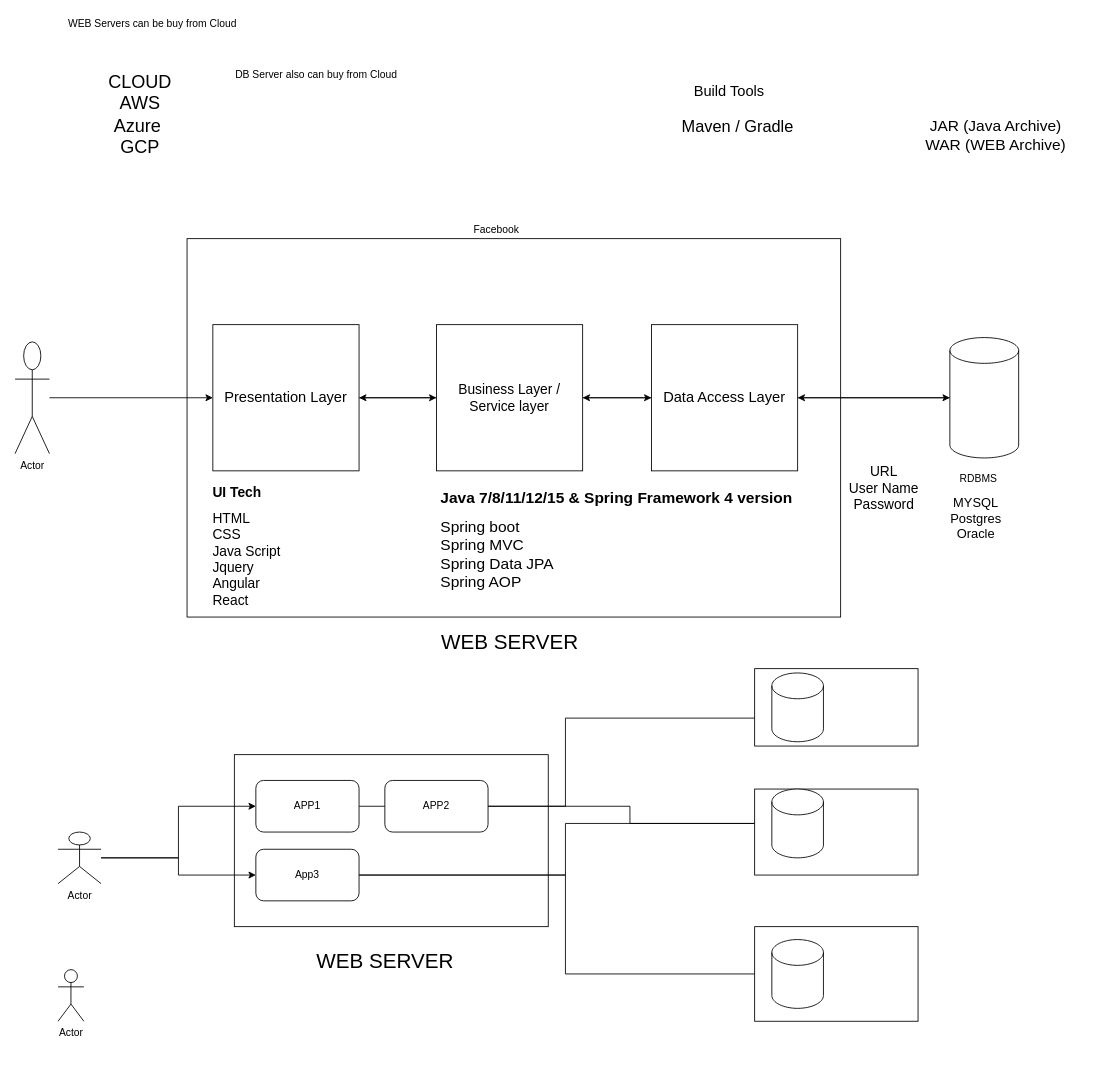
Before: page "3 Tier Architecture" (4 of 8) of daily-dig.drawio in Ravikanth32/java-daily-code-examples, a draw.io diagram. Source tidied: cells renumbered, new cells numbered last; positions are measured from the earlier drawing's top-left corner, leaving out a move shared by most shapes. Both pictures are drawn from the tidied source at 86%, with x=0, y=0 at pixel (15, 15).
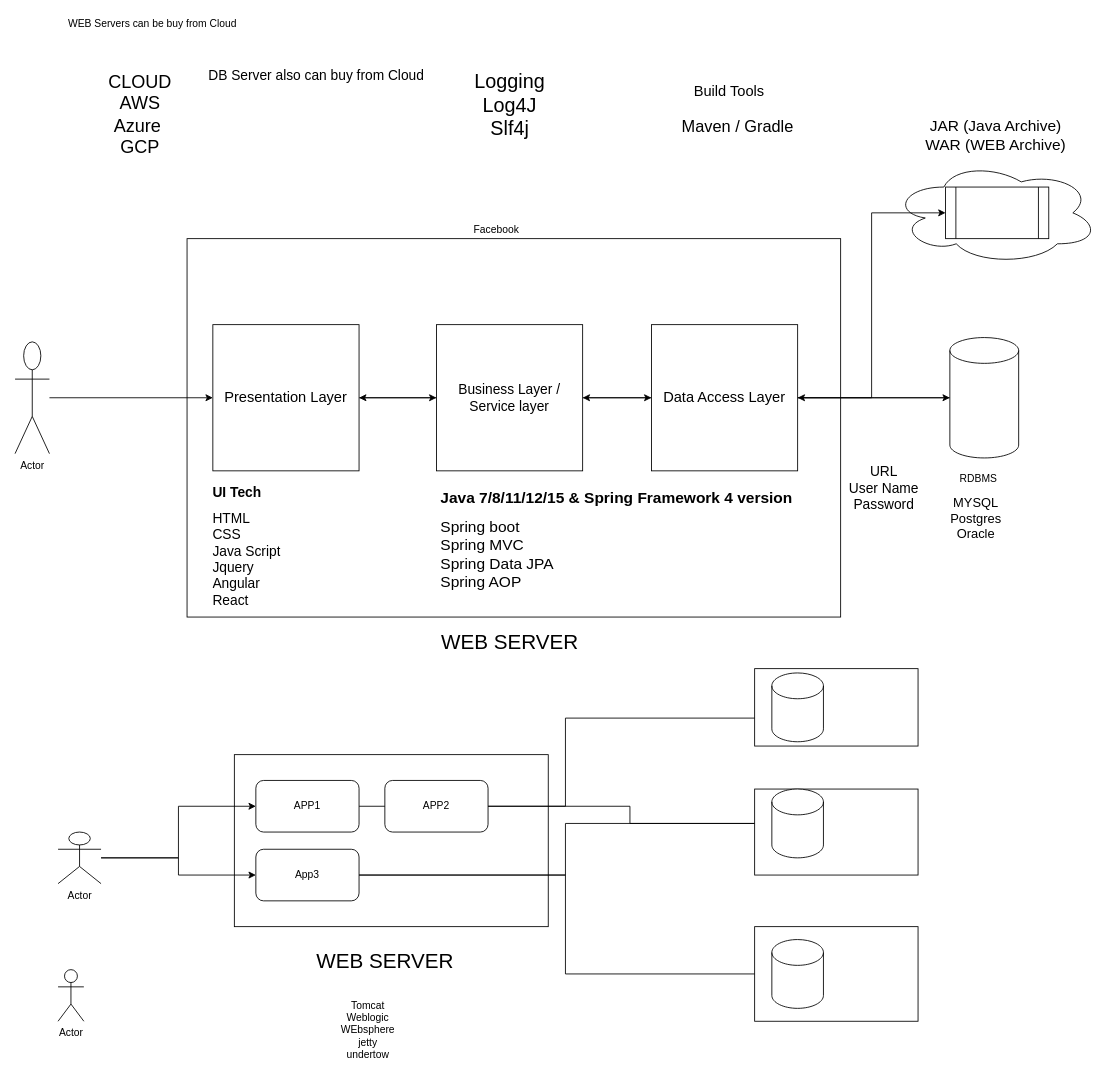
Above is the later version.

The change refers to these unchanged cells:
```xml
<mxCell id="11" value="&lt;font style=&quot;font-size: 17px&quot;&gt;Data Access Layer&lt;/font&gt;" style="whiteSpace=wrap;html=1;" parent="1" vertex="1">
  <mxGeometry x="740" y="360" width="170" height="170" as="geometry" />
</mxCell>
```

What changed in the source:
```diff
@@
+    <mxCell id="47" style="ellipse;shape=cloud;whiteSpace=wrap;html=1;" parent="1" vertex="1">
+      <mxGeometry x="1020" y="170" width="240" height="120" as="geometry" />
+    </mxCell>
@@
+    <mxCell id="48" style="edgeStyle=orthogonalEdgeStyle;rounded=0;jettySize=auto;html=1;entryX=0;entryY=0.5;entryDx=0;entryDy=0;" parent="1" edge="1" source="11" target="50">
+      <mxGeometry relative="1" as="geometry" />
+    </mxCell>
@@
-    <mxCell id="45" value="DB Server also can buy from Cloud" style="text;html=1;align=center;verticalAlign=middle;strokeColor=none;" parent="1" vertex="1">
-      <mxGeometry x="250" y="60" width="200" height="20" as="geometry" />
+    <mxCell id="45" value="&lt;font style=&quot;font-size: 16px&quot;&gt;DB Server also can buy from Cloud&lt;/font&gt;" style="text;html=1;align=center;verticalAlign=middle;strokeColor=none;" parent="1" vertex="1">
+      <mxGeometry x="215" y="60" width="270" height="20" as="geometry" />
     </mxCell>
@@
+    <mxCell id="49" value="&lt;font style=&quot;font-size: 23px&quot;&gt;Logging&lt;br&gt;Log4J&lt;br&gt;Slf4j&lt;/font&gt;" style="text;html=1;align=center;verticalAlign=middle;strokeColor=none;" parent="1" vertex="1">
+      <mxGeometry x="525" y="75" width="100" height="60" as="geometry" />
+    </mxCell>
+    <mxCell id="50" style="shape=process;whiteSpace=wrap;html=1;backgroundOutline=1;" parent="1" vertex="1">
+      <mxGeometry x="1082" y="200" width="120" height="60" as="geometry" />
+    </mxCell>
+    <mxCell id="51" value="Tomcat&lt;br&gt;Weblogic&lt;br&gt;WEbsphere&lt;br&gt;jetty&lt;br&gt;undertow&lt;br&gt;" style="text;html=1;align=center;verticalAlign=middle;strokeColor=none;" parent="1" vertex="1">
+      <mxGeometry x="370" y="1140" width="80" height="80" as="geometry" />
+    </mxCell>
```
